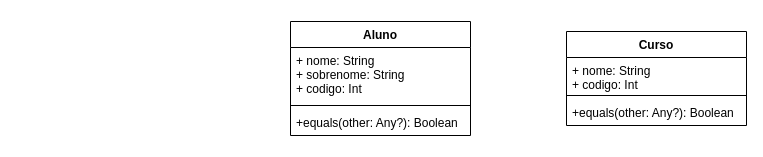
Earlier version of the draw.io diagram UML/Diagrama Desafio Kotlin.drawio (MarcusLoureiro/DesafioKotlin). Source tidied: cells renumbered, new cells numbered last; positions are measured from the earlier drawing's top-left corner, leaving out a move shared by most shapes. Both pictures are drawn from the tidied source at 100%, with x=0, y=0 at pixel (290, 21).
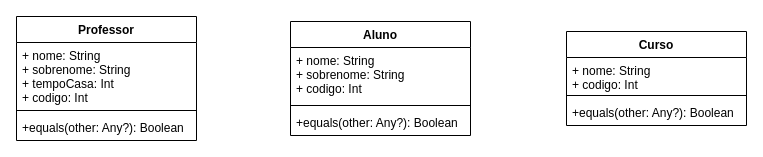
Above is the later version.

The edit, as a diff of the source:
```diff
@@
 <mxGraphModel>
   <root>
     <mxCell id="0" />
     <mxCell id="1" parent="0" />
     <mxCell id="2" value="Aluno" style="swimlane;fontStyle=1;align=center;verticalAlign=top;horizontal=1;startSize=26;" parent="1" vertex="1">
       <mxGeometry width="180" height="114" as="geometry" />
     </mxCell>
     <mxCell id="3" value="+ nome: String&#10;+ sobrenome: String&#10;+ codigo: Int" style="text;strokeColor=none;fillColor=none;align=left;verticalAlign=top;spacingLeft=4;spacingRight=4;overflow=hidden;" parent="2" vertex="1">
       <mxGeometry y="26" width="180" height="54" as="geometry" />
     </mxCell>
     <mxCell id="4" style="line;strokeWidth=1;fillColor=none;align=left;verticalAlign=middle;spacingTop=-1;spacingLeft=3;spacingRight=3;labelPosition=right;" parent="2" vertex="1">
       <mxGeometry y="80" width="180" height="8" as="geometry" />
     </mxCell>
     <mxCell id="5" value="+equals(other: Any?): Boolean " style="text;strokeColor=none;fillColor=none;align=left;verticalAlign=top;spacingLeft=4;spacingRight=4;overflow=hidden;" parent="2" vertex="1">
       <mxGeometry y="88" width="180" height="26" as="geometry" />
     </mxCell>
     <mxCell id="6" value="Curso" style="swimlane;fontStyle=1;align=center;verticalAlign=top;horizontal=1;startSize=26;" parent="1" vertex="1">
       <mxGeometry x="276" y="10" width="180" height="94" as="geometry" />
     </mxCell>
     <mxCell id="7" value="+ nome: String&#10;+ codigo: Int" style="text;strokeColor=none;fillColor=none;align=left;verticalAlign=top;spacingLeft=4;spacingRight=4;overflow=hidden;" parent="6" vertex="1">
       <mxGeometry y="26" width="180" height="34" as="geometry" />
     </mxCell>
     <mxCell id="8" style="line;strokeWidth=1;fillColor=none;align=left;verticalAlign=middle;spacingTop=-1;spacingLeft=3;spacingRight=3;labelPosition=right;" parent="6" vertex="1">
       <mxGeometry y="60" width="180" height="8" as="geometry" />
     </mxCell>
     <mxCell id="9" value="+equals(other: Any?): Boolean " style="text;strokeColor=none;fillColor=none;align=left;verticalAlign=top;spacingLeft=4;spacingRight=4;overflow=hidden;" parent="6" vertex="1">
       <mxGeometry y="68" width="180" height="26" as="geometry" />
     </mxCell>
+    <mxCell id="10" value="Professor" style="swimlane;fontStyle=1;align=center;verticalAlign=top;horizontal=1;startSize=26;" parent="1" vertex="1">
+      <mxGeometry x="-274" y="-5" width="180" height="124" as="geometry" />
+    </mxCell>
+    <mxCell id="11" value="+ nome: String&#10;+ sobrenome: String&#10;+ tempoCasa: Int&#10;+ codigo: Int" style="text;strokeColor=none;fillColor=none;align=left;verticalAlign=top;spacingLeft=4;spacingRight=4;overflow=hidden;" parent="10" vertex="1">
+      <mxGeometry y="26" width="180" height="64" as="geometry" />
+    </mxCell>
+    <mxCell id="12" style="line;strokeWidth=1;fillColor=none;align=left;verticalAlign=middle;spacingTop=-1;spacingLeft=3;spacingRight=3;labelPosition=right;" parent="10" vertex="1">
+      <mxGeometry y="90" width="180" height="8" as="geometry" />
+    </mxCell>
+    <mxCell id="13" value="+equals(other: Any?): Boolean " style="text;strokeColor=none;fillColor=none;align=left;verticalAlign=top;spacingLeft=4;spacingRight=4;overflow=hidden;" parent="10" vertex="1">
+      <mxGeometry y="98" width="180" height="26" as="geometry" />
+    </mxCell>
   </root>
 </mxGraphModel>
```
